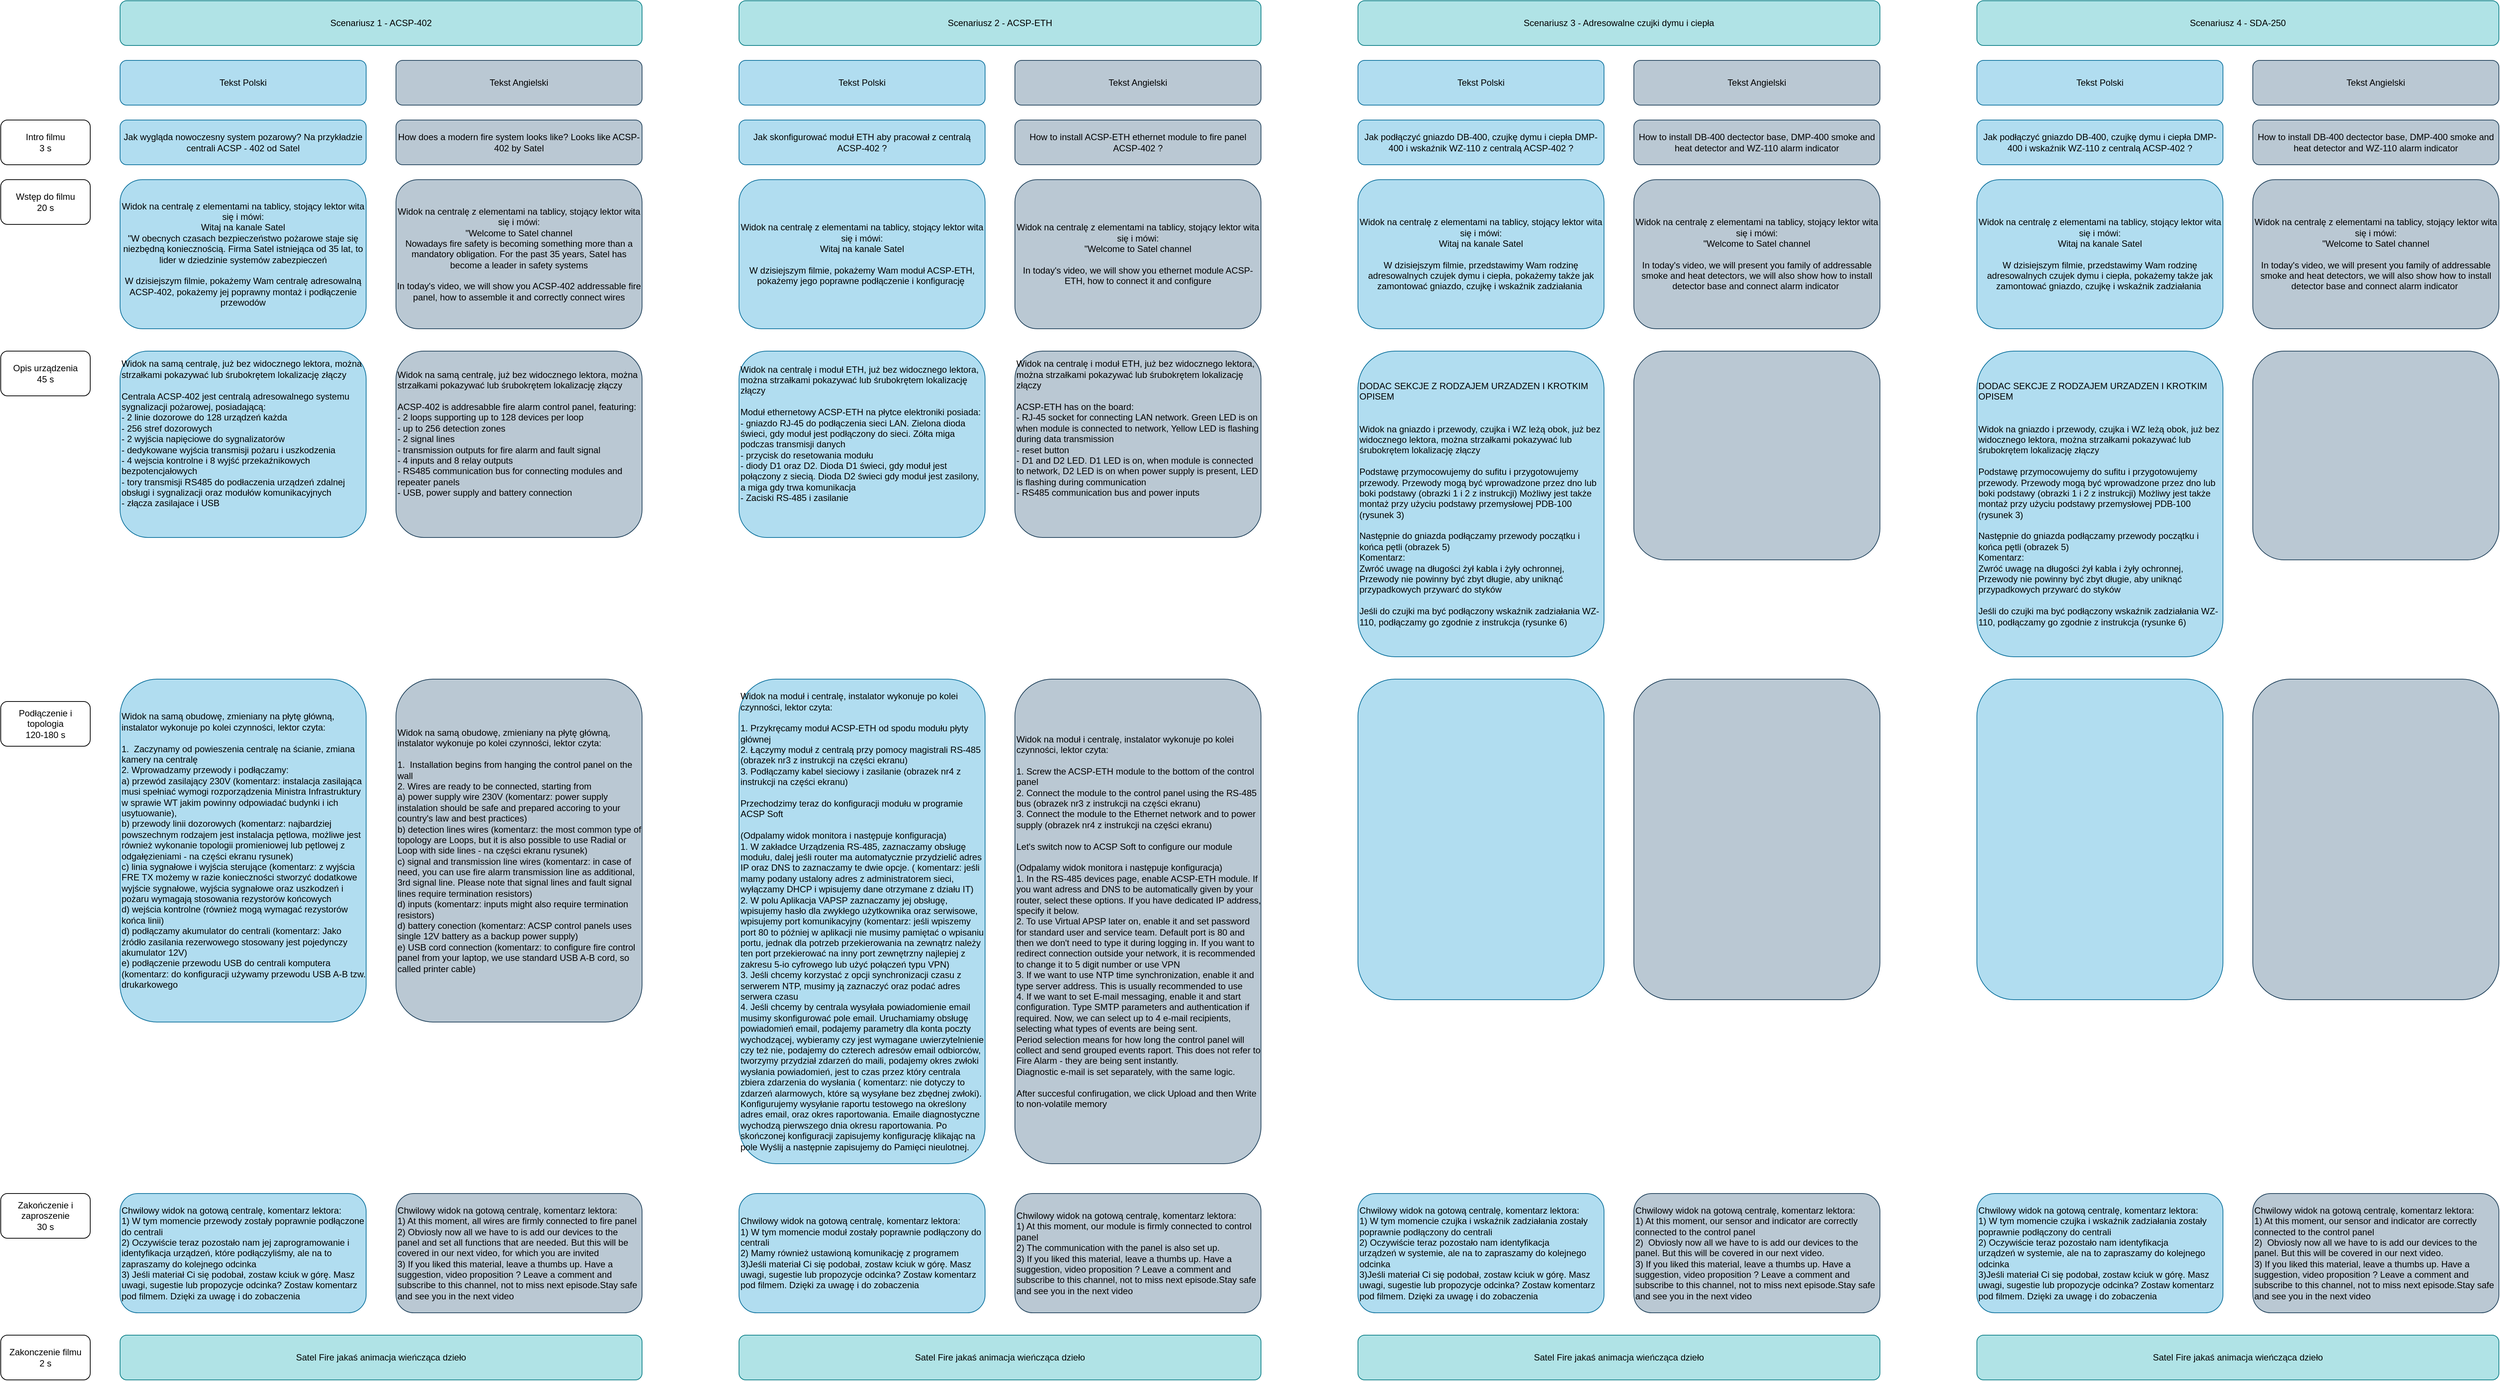
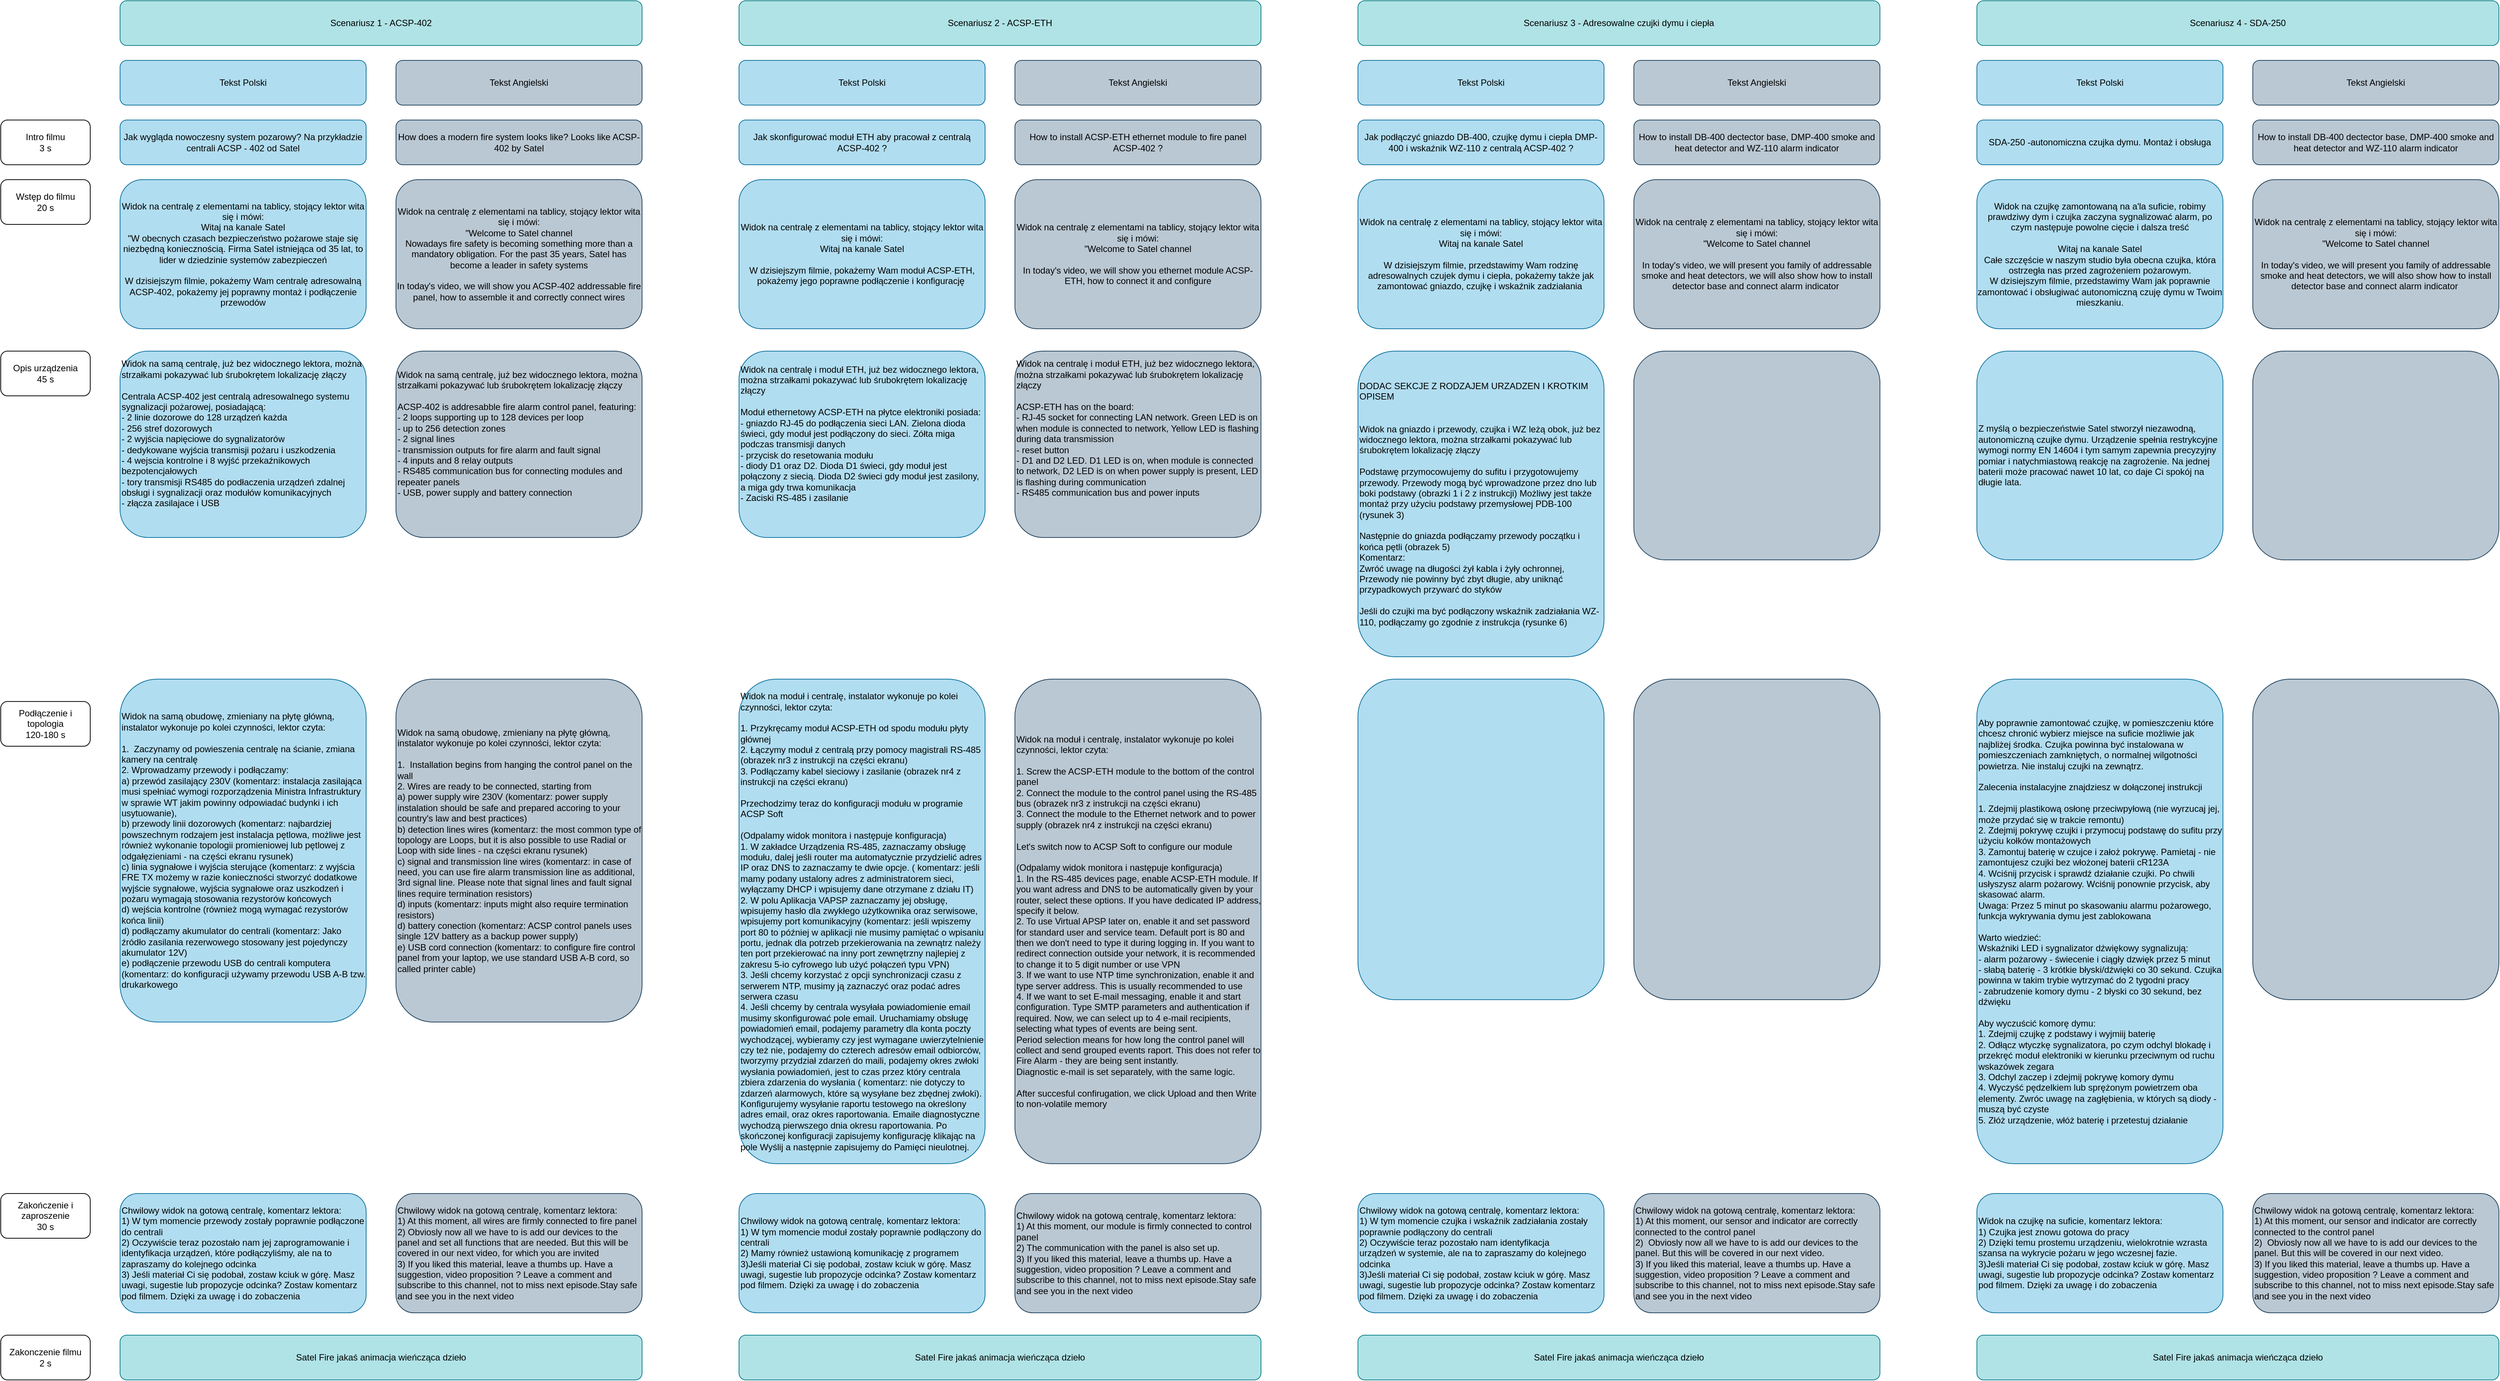
<mxfile host="app.diagrams.net">
  <diagram name="Strona-1" id="z8KAe0LmT8Zc7_pRFNcT">
-     <mxGraphModel dx="744" dy="2003" grid="1" gridSize="10" guides="1" tooltips="1" connect="1" arrows="1" fold="1" page="1" pageScale="1" pageWidth="827" pageHeight="1169" math="0" shadow="0">
+     <mxGraphModel dx="941" dy="2108" grid="1" gridSize="10" guides="1" tooltips="1" connect="1" arrows="1" fold="1" page="1" pageScale="1" pageWidth="827" pageHeight="1169" math="0" shadow="0">
      <root>
        <mxCell id="0" />
        <mxCell id="1" parent="0" />
        <mxCell id="0EHHFv7u1sgkDXgEne3z-1" parent="1" style="rounded=1;whiteSpace=wrap;html=1;align=left;fillColor=#b1ddf0;strokeColor=#10739e;" value="&lt;div align=&quot;left&quot;&gt;Widok na samą obudowę, zmieniany na płytę główną, instalator wykonuje po kolei czynności, lektor czyta:&lt;/div&gt;&lt;div align=&quot;left&quot;&gt;&lt;br&gt;&lt;/div&gt;&lt;div align=&quot;left&quot;&gt;1.&amp;nbsp; Zaczynamy od powieszenia centralę na ścianie, zmiana kamery na centralę&lt;/div&gt;&lt;div align=&quot;left&quot;&gt;2. Wprowadzamy przewody i podłączamy:&amp;nbsp;&lt;/div&gt;&lt;div align=&quot;left&quot;&gt;a) przewód zasilający 230V (komentarz: instalacja zasilająca musi spełniać wymogi rozporządzenia Ministra Infrastruktury w sprawie WT jakim powinny odpowiadać budynki i ich usytuowanie),&amp;nbsp;&lt;/div&gt;&lt;div align=&quot;left&quot;&gt;b) przewody linii dozorowych (komentarz: najbardziej powszechnym rodzajem jest instalacja pętlowa, możliwe jest również wykonanie topologii promieniowej lub pętlowej z odgałęzieniami - na części ekranu rysunek)&lt;/div&gt;&lt;div align=&quot;left&quot;&gt;c) linia sygnałowe i wyjścia sterujące (komentarz: z wyjścia FRE TX możemy w razie konieczności stworzyć dodatkowe wyjście sygnałowe, wyjścia sygnałowe oraz uszkodzeń i pożaru wymagają stosowania rezystorów końcowych&lt;/div&gt;&lt;div align=&quot;left&quot;&gt;d) wejścia kontrolne (również mogą wymagać rezystorów końca linii)&lt;/div&gt;&lt;div align=&quot;left&quot;&gt;d) podłączamy akumulator do centrali (komentarz:&amp;nbsp;Jako źródło zasilania rezerwowego stosowany jest pojedynczy akumulator 12V)&lt;/div&gt;&lt;div align=&quot;left&quot;&gt;e) podłączenie przewodu USB do centrali komputera (komentarz: do konfiguracji używamy przewodu USB A-B tzw. drukarkowego&lt;/div&gt;" vertex="1">
          <mxGeometry height="460" width="330" x="1080" y="790" as="geometry" />
        </mxCell>
        <mxCell id="0EHHFv7u1sgkDXgEne3z-2" parent="1" style="rounded=1;whiteSpace=wrap;html=1;fillColor=#b1ddf0;strokeColor=#10739e;" value="&lt;div&gt;Jak wygląda nowoczesny system pozarowy? Na przykładzie centrali ACSP - 402 od Satel&lt;/div&gt;" vertex="1">
          <mxGeometry height="60" width="330" x="1080" y="40" as="geometry" />
        </mxCell>
        <mxCell id="0EHHFv7u1sgkDXgEne3z-3" parent="1" style="rounded=1;whiteSpace=wrap;html=1;" value="&lt;div&gt;Wstęp do filmu&lt;/div&gt;&lt;div&gt;20 s&lt;/div&gt;" vertex="1">
          <mxGeometry height="60" width="120" x="920" y="120" as="geometry" />
        </mxCell>
        <mxCell id="0EHHFv7u1sgkDXgEne3z-4" parent="1" style="rounded=1;whiteSpace=wrap;html=1;fillColor=#b1ddf0;strokeColor=#10739e;" value="&lt;div&gt;Widok na centralę z elementami na tablicy, stojący lektor wita się i mówi:&lt;/div&gt;&lt;div&gt;Witaj na kanale Satel&lt;/div&gt;&lt;div&gt;&quot;W obecnych czasach bezpieczeństwo pożarowe staje się niezbędną koniecznością. Firma Satel istniejąca od 35 lat, to lider w dziedzinie systemów zabezpieczeń&lt;/div&gt;&lt;div&gt;&lt;br&gt;&lt;/div&gt;&lt;div&gt;W dzisiejszym filmie, pokażemy Wam centralę adresowalną ACSP-402, pokażemy jej poprawny montaż i podłączenie przewodów&lt;/div&gt;" vertex="1">
          <mxGeometry height="200" width="330" x="1080" y="120" as="geometry" />
        </mxCell>
        <mxCell id="0EHHFv7u1sgkDXgEne3z-5" parent="1" style="rounded=1;whiteSpace=wrap;html=1;" value="&lt;div&gt;Opis urządzenia&lt;/div&gt;&lt;div&gt;45 s&lt;/div&gt;" vertex="1">
          <mxGeometry height="60" width="120" x="920" y="350" as="geometry" />
        </mxCell>
        <mxCell id="0EHHFv7u1sgkDXgEne3z-6" parent="1" style="rounded=1;whiteSpace=wrap;html=1;align=left;fillColor=#b1ddf0;strokeColor=#10739e;" value="&lt;div align=&quot;left&quot;&gt;Widok na samą centralę, już bez widocznego lektora, można strzałkami pokazywać lub śrubokrętem lokalizację złączy&lt;/div&gt;&lt;div align=&quot;left&quot;&gt;&lt;br&gt;&lt;/div&gt;&lt;div align=&quot;left&quot;&gt;Centrala ACSP-402 jest centralą adresowalnego systemu sygnalizacji pożarowej, posiadającą:&lt;/div&gt;&lt;div align=&quot;left&quot;&gt;- 2 linie dozorowe do 128 urządzeń każda&lt;/div&gt;&lt;div align=&quot;left&quot;&gt;- 256 stref dozorowych&lt;/div&gt;&lt;div align=&quot;left&quot;&gt;- 2 wyjścia napięciowe do sygnalizatorów&lt;/div&gt;&lt;div align=&quot;left&quot;&gt;- dedykowane wyjścia transmisji pożaru i uszkodzenia&lt;/div&gt;&lt;div align=&quot;left&quot;&gt;- 4 wejscia kontrolne i 8 wyjść przekaźnikowych bezpotencjałowych&lt;/div&gt;&lt;div align=&quot;left&quot;&gt;- tory transmisji RS485 do podłaczenia urządzeń zdalnej obsługi i sygnalizacji oraz modułów komunikacyjnych&amp;nbsp;&lt;/div&gt;&lt;div align=&quot;left&quot;&gt;- złącza zasilajace i USB&lt;/div&gt;&lt;div align=&quot;left&quot;&gt;&lt;br&gt;&lt;/div&gt;&lt;div align=&quot;left&quot;&gt;&lt;br&gt;&lt;/div&gt;" vertex="1">
          <mxGeometry height="250" width="330" x="1080" y="350" as="geometry" />
        </mxCell>
        <mxCell id="0EHHFv7u1sgkDXgEne3z-7" parent="1" style="rounded=1;whiteSpace=wrap;html=1;" value="&lt;div&gt;Podłączenie i topologia&lt;/div&gt;&lt;div&gt;120-180 s&lt;/div&gt;" vertex="1">
          <mxGeometry height="60" width="120" x="920" y="820" as="geometry" />
        </mxCell>
        <mxCell id="0EHHFv7u1sgkDXgEne3z-8" parent="1" style="rounded=1;whiteSpace=wrap;html=1;" value="&lt;div&gt;Intro filmu&lt;/div&gt;&lt;div&gt;3 s&lt;/div&gt;" vertex="1">
          <mxGeometry height="60" width="120" x="920" y="40" as="geometry" />
        </mxCell>
        <mxCell id="0EHHFv7u1sgkDXgEne3z-9" parent="1" style="rounded=1;whiteSpace=wrap;html=1;fillColor=#b1ddf0;strokeColor=#10739e;" value="Tekst Polski" vertex="1">
          <mxGeometry height="60" width="330" x="1080" y="-40" as="geometry" />
        </mxCell>
        <mxCell id="0EHHFv7u1sgkDXgEne3z-10" parent="1" style="rounded=1;whiteSpace=wrap;html=1;fillColor=#bac8d3;strokeColor=#23445d;" value="Tekst Angielski" vertex="1">
          <mxGeometry height="60" width="330" x="1450" y="-40" as="geometry" />
        </mxCell>
        <mxCell id="0EHHFv7u1sgkDXgEne3z-11" parent="1" style="rounded=1;whiteSpace=wrap;html=1;fillColor=#b0e3e6;strokeColor=#0e8088;" value="Scenariusz 1 - ACSP-402" vertex="1">
          <mxGeometry height="60" width="700" x="1080" y="-120" as="geometry" />
        </mxCell>
        <mxCell id="0EHHFv7u1sgkDXgEne3z-12" parent="1" style="rounded=1;whiteSpace=wrap;html=1;" value="&lt;div&gt;Zakończenie i zaproszenie&lt;/div&gt;&lt;div&gt;30 s&lt;/div&gt;" vertex="1">
          <mxGeometry height="60" width="120" x="920" y="1480" as="geometry" />
        </mxCell>
        <mxCell id="0EHHFv7u1sgkDXgEne3z-13" parent="1" style="rounded=1;whiteSpace=wrap;html=1;align=left;fillColor=#b1ddf0;strokeColor=#10739e;" value="&lt;div&gt;Chwilowy widok na gotową centralę, komentarz lektora:&lt;/div&gt;&lt;div&gt;1) W tym momencie przewody zostały poprawnie podłączone do centrali&lt;/div&gt;&lt;div&gt;2) Oczywiście teraz pozostało nam jej zaprogramowanie i identyfikacja urządzeń, które podłączyliśmy, ale na to zapraszamy do kolejnego odcinka&lt;/div&gt;&lt;div&gt;3) Jeśli materiał Ci się podobał, zostaw kciuk w górę. Masz uwagi, sugestie lub propozycje odcinka? Zostaw komentarz pod filmem. Dzięki za uwagę i do zobaczenia&lt;/div&gt;" vertex="1">
          <mxGeometry height="160" width="330" x="1080" y="1480" as="geometry" />
        </mxCell>
        <mxCell id="0EHHFv7u1sgkDXgEne3z-14" parent="1" style="rounded=1;whiteSpace=wrap;html=1;fillColor=#b0e3e6;strokeColor=#0e8088;" value="Satel Fire jakaś animacja wieńcząca dzieło" vertex="1">
          <mxGeometry height="60" width="700" x="1080" y="1670" as="geometry" />
        </mxCell>
        <mxCell id="0EHHFv7u1sgkDXgEne3z-15" parent="1" style="rounded=1;whiteSpace=wrap;html=1;" value="&lt;div&gt;Zakonczenie filmu&lt;/div&gt;&lt;div&gt;2 s&lt;/div&gt;" vertex="1">
          <mxGeometry height="60" width="120" x="920" y="1670" as="geometry" />
        </mxCell>
        <mxCell id="0EHHFv7u1sgkDXgEne3z-16" parent="1" style="rounded=1;whiteSpace=wrap;html=1;align=left;fillColor=#bac8d3;strokeColor=#23445d;" value="&lt;div&gt;Chwilowy widok na gotową centralę, komentarz lektora:&lt;/div&gt;&lt;div&gt;1) At this moment, all wires are firmly connected to fire panel&lt;/div&gt;&lt;div&gt;2) Obviosly now all we have to is add our devices to the panel and set all functions that are needed. But this will be covered in our next video, for which you are invited&amp;nbsp;&lt;/div&gt;&lt;div&gt;3) If you liked this material, leave a thumbs up. Have a suggestion, video proposition ? Leave a comment and subscribe to this channel, not to miss next episode.Stay safe and see you in the next video&lt;/div&gt;" vertex="1">
          <mxGeometry height="160" width="330" x="1450" y="1480" as="geometry" />
        </mxCell>
        <mxCell id="0EHHFv7u1sgkDXgEne3z-17" parent="1" style="rounded=1;whiteSpace=wrap;html=1;fillColor=#bac8d3;strokeColor=#23445d;" value="How does a modern fire system looks like? Looks like ACSP-402 by Satel" vertex="1">
          <mxGeometry height="60" width="330" x="1450" y="40" as="geometry" />
        </mxCell>
        <mxCell id="0EHHFv7u1sgkDXgEne3z-18" parent="1" style="rounded=1;whiteSpace=wrap;html=1;fillColor=#bac8d3;strokeColor=#23445d;" value="&lt;div&gt;Widok na centralę z elementami na tablicy, stojący lektor wita się i mówi:&lt;/div&gt;&lt;div&gt;&quot;Welcome to Satel channel&lt;/div&gt;&lt;div&gt;Nowadays fire safety is becoming something more than a mandatory obligation. For the past 35 years, Satel has become a leader in safety systems&lt;/div&gt;&lt;div&gt;&lt;br&gt;&lt;/div&gt;&lt;div&gt;In today&#39;s video, we will show you ACSP-402 addressable fire panel, how to assemble it and correctly connect wires&lt;/div&gt;" vertex="1">
          <mxGeometry height="200" width="330" x="1450" y="120" as="geometry" />
        </mxCell>
        <mxCell id="0EHHFv7u1sgkDXgEne3z-19" parent="1" style="rounded=1;whiteSpace=wrap;html=1;align=left;fillColor=#bac8d3;strokeColor=#23445d;" value="&lt;div align=&quot;left&quot;&gt;Widok na samą centralę, już bez widocznego lektora, można strzałkami pokazywać lub śrubokrętem lokalizację złączy&lt;/div&gt;&lt;div align=&quot;left&quot;&gt;&lt;br&gt;&lt;/div&gt;&lt;div align=&quot;left&quot;&gt;ACSP-402&amp;nbsp;is addresabble fire alarm control panel, featuring:&lt;/div&gt;&lt;div align=&quot;left&quot;&gt;- 2 loops supporting up to 128 devices per loop&lt;/div&gt;&lt;div align=&quot;left&quot;&gt;- up to 256 detection zones&lt;/div&gt;&lt;div align=&quot;left&quot;&gt;- 2 signal lines&lt;/div&gt;&lt;div align=&quot;left&quot;&gt;- transmission outputs for fire alarm and fault signal&lt;/div&gt;&lt;div align=&quot;left&quot;&gt;- 4 inputs and 8 relay outputs&lt;/div&gt;&lt;div align=&quot;left&quot;&gt;- RS485 communication bus for connecting modules and repeater panels&amp;nbsp;&lt;/div&gt;&lt;div align=&quot;left&quot;&gt;- USB, power supply and battery connection&lt;/div&gt;&lt;div align=&quot;left&quot;&gt;&lt;br&gt;&lt;/div&gt;&lt;div align=&quot;left&quot;&gt;&lt;br&gt;&lt;/div&gt;" vertex="1">
          <mxGeometry height="250" width="330" x="1450" y="350" as="geometry" />
        </mxCell>
        <mxCell id="0EHHFv7u1sgkDXgEne3z-20" parent="1" style="rounded=1;whiteSpace=wrap;html=1;align=left;fillColor=#bac8d3;strokeColor=#23445d;" value="&lt;div align=&quot;left&quot;&gt;Widok na samą obudowę, zmieniany na płytę główną, instalator wykonuje po kolei czynności, lektor czyta:&lt;/div&gt;&lt;div align=&quot;left&quot;&gt;&lt;br&gt;&lt;/div&gt;&lt;div align=&quot;left&quot;&gt;1.&amp;nbsp; Installation begins from hanging the control panel on the wall&lt;/div&gt;&lt;div align=&quot;left&quot;&gt;2. Wires are ready to be connected, starting from&lt;/div&gt;&lt;div align=&quot;left&quot;&gt;a) power supply wire 230V (komentarz: power supply instalation should be safe and prepared accoring to your country&#39;s law and best practices)&lt;/div&gt;&lt;div align=&quot;left&quot;&gt;b) detection lines wires (komentarz: the most common type of topology are Loops, but it is also possible to use Radial or Loop with side lines - na części ekranu rysunek)&lt;/div&gt;&lt;div align=&quot;left&quot;&gt;c) signal and transmission line wires (komentarz: in case of need, you can use fire alarm transmission line as additional, 3rd signal line. Please note that signal lines and fault signal lines require termination resistors)&lt;/div&gt;&lt;div align=&quot;left&quot;&gt;d) inputs (komentarz: inputs might also require termination resistors)&lt;/div&gt;&lt;div align=&quot;left&quot;&gt;d) battery conection (komentarz: ACSP control panels uses single 12V battery as a backup power supply)&lt;/div&gt;&lt;div align=&quot;left&quot;&gt;e) USB cord connection (komentarz: to configure fire control panel from your laptop, we use standard USB A-B cord, so called printer cable)&lt;/div&gt;" vertex="1">
          <mxGeometry height="460" width="330" x="1450" y="790" as="geometry" />
        </mxCell>
        <mxCell id="6_1prXv-E_gUM5x_UOCS-1" parent="1" style="rounded=1;whiteSpace=wrap;html=1;align=left;fillColor=#b1ddf0;strokeColor=#10739e;" value="&lt;div align=&quot;left&quot;&gt;Widok na moduł i centralę, instalator wykonuje po kolei czynności, lektor czyta:&lt;/div&gt;&lt;div align=&quot;left&quot;&gt;&lt;br&gt;&lt;/div&gt;&lt;div align=&quot;left&quot;&gt;1. Przykręcamy moduł ACSP-ETH od spodu modułu płyty głównej&lt;/div&gt;&lt;div align=&quot;left&quot;&gt;2. Łączymy moduł z centralą przy pomocy magistrali RS-485 (obrazek nr3 z instrukcji na części ekranu)&lt;/div&gt;&lt;div align=&quot;left&quot;&gt;3. Podłączamy kabel sieciowy i zasilanie (obrazek nr4 z instrukcji na części ekranu)&amp;nbsp;&lt;/div&gt;&lt;div align=&quot;left&quot;&gt;&lt;br&gt;&lt;/div&gt;&lt;div align=&quot;left&quot;&gt;Przechodzimy teraz do konfiguracji modułu w programie ACSP Soft&lt;/div&gt;&lt;div align=&quot;left&quot;&gt;&lt;br&gt;&lt;/div&gt;&lt;div align=&quot;left&quot;&gt;(Odpalamy widok monitora i następuje konfiguracja)&lt;/div&gt;&lt;div align=&quot;left&quot;&gt;1. W zakładce Urządzenia RS-485, zaznaczamy obsługę modułu, dalej jeśli router ma automatycznie przydzielić adres IP oraz DNS to zaznaczamy te dwie opcje. ( komentarz: jeśli mamy podany ustalony adres z administratorem sieci, wyłączamy DHCP i wpisujemy dane otrzymane z działu IT)&lt;/div&gt;&lt;div align=&quot;left&quot;&gt;2. W polu Aplikacja VAPSP zaznaczamy jej obsługę, wpisujemy hasło dla zwykłego użytkownika oraz serwisowe, wpisujemy port komunikacyjny (komentarz: jeśli wpiszemy port 80 to później w aplikacji nie musimy pamiętać o wpisaniu portu, jednak dla potrzeb przekierowania na zewnątrz należy ten port przekierować na inny port zewnętrzny najlepiej z zakresu 5-io cyfrowego lub użyć połączeń typu VPN)&lt;/div&gt;&lt;div align=&quot;left&quot;&gt;3. Jeśli chcemy korzystać z opcji synchronizacji czasu z serwerem NTP, musimy ją zaznaczyć oraz podać adres serwera czasu&lt;/div&gt;&lt;div align=&quot;left&quot;&gt;4. Jeśli chcemy by centrala wysyłała powiadomienie email musimy skonfigurować pole email. Uruchamiamy obsługę powiadomień email, podajemy parametry dla konta poczty wychodzącej, wybieramy czy jest wymagane uwierzytelnienie czy też nie, podajemy do czterech adresów email odbiorców, tworzymy przydział zdarzeń do maili, podajemy okres zwłoki wysłania powiadomień, jest to czas przez który centrala zbiera zdarzenia do wysłania ( komentarz: nie dotyczy to zdarzeń alarmowych, które są wysyłane bez zbędnej zwłoki). Konfigurujemy wysyłanie raportu testowego na określony adres email, oraz okres raportowania. Emaile diagnostyczne wychodzą pierwszego dnia okresu raportowania. Po skończonej konfiguracji zapisujemy konfigurację klikając na pole Wyślij a następnie zapisujemy do Pamięci nieulotnej.&lt;/div&gt;" vertex="1">
          <mxGeometry height="650" width="330" x="1910" y="790" as="geometry" />
        </mxCell>
        <mxCell id="6_1prXv-E_gUM5x_UOCS-2" parent="1" style="rounded=1;whiteSpace=wrap;html=1;fillColor=#b1ddf0;strokeColor=#10739e;" value="Jak skonfigurować moduł ETH aby pracował z centralą ACSP-402 ?" vertex="1">
          <mxGeometry height="60" width="330" x="1910" y="40" as="geometry" />
        </mxCell>
        <mxCell id="6_1prXv-E_gUM5x_UOCS-3" parent="1" style="rounded=1;whiteSpace=wrap;html=1;fillColor=#b1ddf0;strokeColor=#10739e;" value="&lt;div&gt;Widok na centralę z elementami na tablicy, stojący lektor wita się i mówi:&lt;/div&gt;&lt;div&gt;Witaj na kanale Satel&lt;/div&gt;&lt;div&gt;&lt;br&gt;&lt;/div&gt;&lt;div&gt;W dzisiejszym filmie, pokażemy Wam moduł ACSP-ETH, pokażemy jego poprawne podłączenie i konfigurację&amp;nbsp;&lt;/div&gt;" vertex="1">
          <mxGeometry height="200" width="330" x="1910" y="120" as="geometry" />
        </mxCell>
        <mxCell id="6_1prXv-E_gUM5x_UOCS-4" parent="1" style="rounded=1;whiteSpace=wrap;html=1;align=left;fillColor=#b1ddf0;strokeColor=#10739e;" value="&lt;div align=&quot;left&quot;&gt;Widok na centralę i moduł ETH, już bez widocznego lektora, można strzałkami pokazywać lub śrubokrętem lokalizację złączy&lt;/div&gt;&lt;div align=&quot;left&quot;&gt;&lt;br&gt;&lt;/div&gt;&lt;div align=&quot;left&quot;&gt;Moduł ethernetowy ACSP-ETH na płytce elektroniki posiada:&lt;/div&gt;&lt;div align=&quot;left&quot;&gt;- gniazdo RJ-45 do podłączenia sieci LAN. Zielona dioda świeci, gdy moduł jest podłączony do sieci. Zółta miga podczas transmisji danych&lt;/div&gt;&lt;div align=&quot;left&quot;&gt;- przycisk do resetowania modułu&lt;/div&gt;&lt;div align=&quot;left&quot;&gt;- diody D1 oraz D2. Dioda D1 świeci, gdy moduł jest połączony z siecią. Dioda D2 świeci gdy moduł jest zasilony, a miga gdy trwa komunikacja&lt;/div&gt;&lt;div align=&quot;left&quot;&gt;- Zaciski RS-485 i zasilanie&lt;/div&gt;&lt;div align=&quot;left&quot;&gt;&lt;br&gt;&lt;/div&gt;&lt;div align=&quot;left&quot;&gt;&lt;br&gt;&lt;/div&gt;" vertex="1">
          <mxGeometry height="250" width="330" x="1910" y="350" as="geometry" />
        </mxCell>
        <mxCell id="6_1prXv-E_gUM5x_UOCS-5" parent="1" style="rounded=1;whiteSpace=wrap;html=1;fillColor=#b1ddf0;strokeColor=#10739e;" value="Tekst Polski" vertex="1">
          <mxGeometry height="60" width="330" x="1910" y="-40" as="geometry" />
        </mxCell>
        <mxCell id="6_1prXv-E_gUM5x_UOCS-6" parent="1" style="rounded=1;whiteSpace=wrap;html=1;fillColor=#bac8d3;strokeColor=#23445d;" value="Tekst Angielski" vertex="1">
          <mxGeometry height="60" width="330" x="2280" y="-40" as="geometry" />
        </mxCell>
        <mxCell id="6_1prXv-E_gUM5x_UOCS-7" parent="1" style="rounded=1;whiteSpace=wrap;html=1;fillColor=#b0e3e6;strokeColor=#0e8088;" value="Scenariusz 2 - ACSP-ETH" vertex="1">
          <mxGeometry height="60" width="700" x="1910" y="-120" as="geometry" />
        </mxCell>
        <mxCell id="6_1prXv-E_gUM5x_UOCS-8" parent="1" style="rounded=1;whiteSpace=wrap;html=1;align=left;fillColor=#b1ddf0;strokeColor=#10739e;" value="&lt;div&gt;Chwilowy widok na gotową centralę, komentarz lektora:&lt;/div&gt;&lt;div&gt;1) W tym momencie moduł zostały poprawnie podłączony do centrali&lt;/div&gt;&lt;div&gt;2) Mamy również ustawioną komunikację z programem&lt;/div&gt;&lt;div&gt;3)Jeśli materiał Ci się podobał, zostaw kciuk w górę. Masz uwagi, sugestie lub propozycje odcinka? Zostaw komentarz pod filmem. Dzięki za uwagę i do zobaczenia&lt;/div&gt;" vertex="1">
          <mxGeometry height="160" width="330" x="1910" y="1480" as="geometry" />
        </mxCell>
        <mxCell id="6_1prXv-E_gUM5x_UOCS-9" parent="1" style="rounded=1;whiteSpace=wrap;html=1;fillColor=#b0e3e6;strokeColor=#0e8088;" value="Satel Fire jakaś animacja wieńcząca dzieło" vertex="1">
          <mxGeometry height="60" width="700" x="1910" y="1670" as="geometry" />
        </mxCell>
        <mxCell id="6_1prXv-E_gUM5x_UOCS-10" parent="1" style="rounded=1;whiteSpace=wrap;html=1;align=left;fillColor=#bac8d3;strokeColor=#23445d;" value="&lt;div&gt;Chwilowy widok na gotową centralę, komentarz lektora:&lt;/div&gt;&lt;div&gt;1) At this moment, our module is firmly connected to control panel&lt;/div&gt;&lt;div&gt;2) The communication with the panel is also set up.&lt;/div&gt;&lt;div&gt;3) If you liked this material, leave a thumbs up. Have a suggestion, video proposition ? Leave a comment and subscribe to this channel, not to miss next episode.Stay safe and see you in the next video&lt;/div&gt;" vertex="1">
          <mxGeometry height="160" width="330" x="2280" y="1480" as="geometry" />
        </mxCell>
        <mxCell id="6_1prXv-E_gUM5x_UOCS-11" parent="1" style="rounded=1;whiteSpace=wrap;html=1;fillColor=#bac8d3;strokeColor=#23445d;" value="How to install ACSP-ETH ethernet module to fire panel ACSP-402 ?" vertex="1">
          <mxGeometry height="60" width="330" x="2280" y="40" as="geometry" />
        </mxCell>
        <mxCell id="6_1prXv-E_gUM5x_UOCS-12" parent="1" style="rounded=1;whiteSpace=wrap;html=1;fillColor=#bac8d3;strokeColor=#23445d;" value="&lt;div&gt;Widok na centralę z elementami na tablicy, stojący lektor wita się i mówi:&lt;/div&gt;&lt;div&gt;&quot;Welcome to Satel channel&lt;/div&gt;&lt;div&gt;&lt;br&gt;&lt;/div&gt;&lt;div&gt;In today&#39;s video, we will show you ethernet module ACSP-ETH, how to connect it and configure&lt;/div&gt;" vertex="1">
          <mxGeometry height="200" width="330" x="2280" y="120" as="geometry" />
        </mxCell>
        <mxCell id="6_1prXv-E_gUM5x_UOCS-13" parent="1" style="rounded=1;whiteSpace=wrap;html=1;align=left;fillColor=#bac8d3;strokeColor=#23445d;" value="&lt;div align=&quot;left&quot;&gt;Widok na centralę i moduł ETH, już bez widocznego lektora, można strzałkami pokazywać lub śrubokrętem lokalizację złączy&lt;/div&gt;&lt;div align=&quot;left&quot;&gt;&lt;br&gt;&lt;/div&gt;&lt;div align=&quot;left&quot;&gt;ACSP-ETH has on the board:&lt;/div&gt;&lt;div align=&quot;left&quot;&gt;- RJ-45 socket for connecting LAN network. Green LED is on when module is connected to network, Yellow LED is flashing during data transmission&lt;/div&gt;&lt;div align=&quot;left&quot;&gt;- reset button&lt;/div&gt;&lt;div align=&quot;left&quot;&gt;- D1 and D2 LED. D1 LED is on, when module is connected to network, D2 LED is on when power supply is present, LED is flashing during communication&lt;/div&gt;&lt;div align=&quot;left&quot;&gt;-&amp;nbsp;RS485 communication bus and power inputs&lt;/div&gt;&lt;div align=&quot;left&quot;&gt;&lt;br&gt;&lt;/div&gt;&lt;div align=&quot;left&quot;&gt;&lt;br&gt;&lt;br&gt;&lt;/div&gt;" vertex="1">
          <mxGeometry height="250" width="330" x="2280" y="350" as="geometry" />
        </mxCell>
        <mxCell id="6_1prXv-E_gUM5x_UOCS-14" parent="1" style="rounded=1;whiteSpace=wrap;html=1;align=left;fillColor=#bac8d3;strokeColor=#23445d;" value="&lt;br&gt;&lt;div align=&quot;left&quot;&gt;Widok na moduł i centralę, instalator wykonuje po kolei czynności, lektor czyta:&lt;/div&gt;&lt;div align=&quot;left&quot;&gt;&lt;br&gt;&lt;/div&gt;&lt;div align=&quot;left&quot;&gt;1. Screw the ACSP-ETH module to the bottom of the control panel&lt;/div&gt;&lt;div align=&quot;left&quot;&gt;2. Connect the module to the control panel using the RS-485 bus (obrazek nr3 z instrukcji na części ekranu)&lt;div align=&quot;left&quot;&gt;3. Connect the module to the Ethernet network and to power supply (obrazek nr4 z instrukcji na części ekranu)&amp;nbsp;&lt;/div&gt;&lt;/div&gt;&lt;div align=&quot;left&quot;&gt;&lt;br&gt;&lt;/div&gt;&lt;div align=&quot;left&quot;&gt;Let&#39;s switch now to ACSP Soft to configure our module&lt;/div&gt;&lt;div align=&quot;left&quot;&gt;&lt;br&gt;&lt;/div&gt;&lt;div align=&quot;left&quot;&gt;(Odpalamy widok monitora i następuje konfiguracja)&lt;/div&gt;&lt;div align=&quot;left&quot;&gt;1. In the RS-485 devices page, enable ACSP-ETH module. If you want adress and DNS to be automatically given by your router, select these options. If you have dedicated IP address, specify it below.&lt;/div&gt;&lt;div align=&quot;left&quot;&gt;2. To use Virtual APSP later on, enable it and set password for standard user and service team. Default port is 80 and then we don&#39;t need to type it during logging in. If you want to redirect connection outside your network, it is recommended to change it to 5 digit number or use VPN&lt;/div&gt;&lt;div align=&quot;left&quot;&gt;3. If we want to use NTP time synchronization, enable it and type server address. This is usually recommended to use&lt;/div&gt;&lt;div align=&quot;left&quot;&gt;4. If we want to set E-mail messaging, enable it and start configuration. Type SMTP parameters and authentication if required. Now, we can select up to 4 e-mail recipients, selecting what types of events are being sent.&lt;/div&gt;&lt;div align=&quot;left&quot;&gt;Period selection means for how long the control panel will collect and send grouped events raport. This does not refer to Fire Alarm - they are being sent instantly.&lt;/div&gt;&lt;div align=&quot;left&quot;&gt;Diagnostic e-mail is set separately, with the same logic.&lt;/div&gt;&lt;div align=&quot;left&quot;&gt;&lt;br&gt;&lt;/div&gt;&lt;div align=&quot;left&quot;&gt;After succesful confirugation, we click Upload and then Write to non-volatile memory&lt;/div&gt;&lt;div&gt;&lt;br&gt;&lt;/div&gt;" vertex="1">
          <mxGeometry height="650" width="330" x="2280" y="790" as="geometry" />
        </mxCell>
        <mxCell id="0qluF64Sdjj_I7BYTujH-1" parent="1" style="rounded=1;whiteSpace=wrap;html=1;align=left;fillColor=#b1ddf0;strokeColor=#10739e;" value="" vertex="1">
          <mxGeometry height="430" width="330" x="2740" y="790" as="geometry" />
        </mxCell>
        <mxCell id="0qluF64Sdjj_I7BYTujH-2" parent="1" style="rounded=1;whiteSpace=wrap;html=1;fillColor=#b1ddf0;strokeColor=#10739e;" value="Jak podłączyć gniazdo DB-400, czujkę dymu i ciepła DMP-400 i wskaźnik WZ-110 z centralą ACSP-402 ?" vertex="1">
          <mxGeometry height="60" width="330" x="2740" y="40" as="geometry" />
        </mxCell>
        <mxCell id="0qluF64Sdjj_I7BYTujH-3" parent="1" style="rounded=1;whiteSpace=wrap;html=1;fillColor=#b1ddf0;strokeColor=#10739e;" value="&lt;div&gt;Widok na centralę z elementami na tablicy, stojący lektor wita się i mówi:&lt;/div&gt;&lt;div&gt;Witaj na kanale Satel&lt;/div&gt;&lt;div&gt;&lt;br&gt;&lt;/div&gt;&lt;div&gt;W dzisiejszym filmie, przedstawimy Wam rodzinę adresowalnych czujek dymu i ciepła, pokażemy także jak zamontować gniazdo, czujkę i wskaźnik zadziałania&amp;nbsp;&lt;/div&gt;" vertex="1">
          <mxGeometry height="200" width="330" x="2740" y="120" as="geometry" />
        </mxCell>
        <mxCell id="0qluF64Sdjj_I7BYTujH-4" parent="1" style="rounded=1;whiteSpace=wrap;html=1;align=left;fillColor=#b1ddf0;strokeColor=#10739e;" value="&lt;div align=&quot;left&quot;&gt;&lt;br&gt;&lt;/div&gt;&lt;div align=&quot;left&quot;&gt;DODAC SEKCJE Z RODZAJEM URZADZEN I KROTKIM OPISEM&lt;/div&gt;&lt;div align=&quot;left&quot;&gt;&lt;br&gt;&lt;/div&gt;&lt;div align=&quot;left&quot;&gt;&lt;br&gt;&lt;/div&gt;&lt;div align=&quot;left&quot;&gt;Widok na gniazdo i przewody, czujka i WZ leżą obok, już bez widocznego lektora, można strzałkami pokazywać lub śrubokrętem lokalizację złączy&lt;/div&gt;&lt;div align=&quot;left&quot;&gt;&lt;br&gt;&lt;/div&gt;&lt;div align=&quot;left&quot;&gt;Podstawę przymocowujemy do sufitu i przygotowujemy przewody. Przewody mogą być wprowadzone przez dno lub boki podstawy&amp;nbsp;(obrazki 1 i 2 z instrukcji) Możliwy jest&amp;nbsp;także montaż przy użyciu podstawy przemysłowej PDB-100 (rysunek 3)&lt;/div&gt;&lt;div align=&quot;left&quot;&gt;&lt;br&gt;&lt;/div&gt;&lt;div align=&quot;left&quot;&gt;Następnie do gniazda podłączamy przewody początku i końca pętli (obrazek 5)&amp;nbsp;&amp;nbsp;&lt;/div&gt;&lt;div align=&quot;left&quot;&gt;Komentarz:&lt;/div&gt;&lt;div align=&quot;left&quot;&gt;Zwróć uwagę na długości żył kabla i żyły ochronnej, Przewody nie powinny być zbyt długie, aby uniknąć przypadkowych przywarć do styków&amp;nbsp;&lt;/div&gt;&lt;div align=&quot;left&quot;&gt;&lt;br&gt;&lt;/div&gt;&lt;div align=&quot;left&quot;&gt;Jeśli do czujki ma być podłączony wskaźnik zadziałania WZ-110, podłączamy go zgodnie z instrukcja (rysunke 6)&lt;/div&gt;&lt;div align=&quot;left&quot;&gt;&lt;br&gt;&lt;/div&gt;" vertex="1">
          <mxGeometry height="410" width="330" x="2740" y="350" as="geometry" />
        </mxCell>
        <mxCell id="0qluF64Sdjj_I7BYTujH-5" parent="1" style="rounded=1;whiteSpace=wrap;html=1;fillColor=#b1ddf0;strokeColor=#10739e;" value="Tekst Polski" vertex="1">
          <mxGeometry height="60" width="330" x="2740" y="-40" as="geometry" />
        </mxCell>
        <mxCell id="0qluF64Sdjj_I7BYTujH-6" parent="1" style="rounded=1;whiteSpace=wrap;html=1;fillColor=#bac8d3;strokeColor=#23445d;" value="Tekst Angielski" vertex="1">
          <mxGeometry height="60" width="330" x="3110" y="-40" as="geometry" />
        </mxCell>
        <mxCell id="0qluF64Sdjj_I7BYTujH-7" parent="1" style="rounded=1;whiteSpace=wrap;html=1;fillColor=#b0e3e6;strokeColor=#0e8088;" value="Scenariusz 3 - Adresowalne czujki dymu i ciepła" vertex="1">
          <mxGeometry height="60" width="700" x="2740" y="-120" as="geometry" />
        </mxCell>
        <mxCell id="0qluF64Sdjj_I7BYTujH-8" parent="1" style="rounded=1;whiteSpace=wrap;html=1;align=left;fillColor=#b1ddf0;strokeColor=#10739e;" value="&lt;div&gt;Chwilowy widok na gotową centralę, komentarz lektora:&lt;/div&gt;&lt;div&gt;1) W tym momencie czujka i wskaźnik zadziałania zostały poprawnie podłączony do centrali&lt;/div&gt;&lt;div&gt;2)&amp;nbsp;Oczywiście teraz pozostało nam identyfikacja &lt;br/&gt;urządzeń w systemie, ale na to zapraszamy do kolejnego odcinka&lt;/div&gt;&lt;div&gt;3)Jeśli materiał Ci się podobał, zostaw kciuk w górę. Masz uwagi, sugestie lub propozycje odcinka? Zostaw komentarz pod filmem. Dzięki za uwagę i do zobaczenia&lt;/div&gt;" vertex="1">
          <mxGeometry height="160" width="330" x="2740" y="1480" as="geometry" />
        </mxCell>
        <mxCell id="0qluF64Sdjj_I7BYTujH-9" parent="1" style="rounded=1;whiteSpace=wrap;html=1;fillColor=#b0e3e6;strokeColor=#0e8088;" value="Satel Fire jakaś animacja wieńcząca dzieło" vertex="1">
          <mxGeometry height="60" width="700" x="2740" y="1670" as="geometry" />
        </mxCell>
        <mxCell id="0qluF64Sdjj_I7BYTujH-10" parent="1" style="rounded=1;whiteSpace=wrap;html=1;align=left;fillColor=#bac8d3;strokeColor=#23445d;" value="&lt;div&gt;Chwilowy widok na gotową centralę, komentarz lektora:&lt;/div&gt;&lt;div&gt;1) At this moment, our sensor and indicator are correctly connected to the control panel&lt;/div&gt;&lt;div&gt;2)&amp;nbsp; Obviosly now all we have to is add our devices to the panel. But this will be covered in our next video.&lt;/div&gt;&lt;div&gt;3) If you liked this material, leave a thumbs up. Have a suggestion, video proposition ? Leave a comment and subscribe to this channel, not to miss next episode.Stay safe and see you in the next video&lt;/div&gt;" vertex="1">
          <mxGeometry height="160" width="330" x="3110" y="1480" as="geometry" />
        </mxCell>
        <mxCell id="0qluF64Sdjj_I7BYTujH-11" parent="1" style="rounded=1;whiteSpace=wrap;html=1;fillColor=#bac8d3;strokeColor=#23445d;" value="How to install DB-400 dectector base, DMP-400 smoke and heat detector and WZ-110 alarm indicator" vertex="1">
          <mxGeometry height="60" width="330" x="3110" y="40" as="geometry" />
        </mxCell>
        <mxCell id="0qluF64Sdjj_I7BYTujH-12" parent="1" style="rounded=1;whiteSpace=wrap;html=1;fillColor=#bac8d3;strokeColor=#23445d;" value="&lt;div&gt;Widok na centralę z elementami na tablicy, stojący lektor wita się i mówi:&lt;/div&gt;&lt;div&gt;&quot;Welcome to Satel channel&lt;/div&gt;&lt;div&gt;&lt;br&gt;&lt;/div&gt;&lt;div&gt;In today&#39;s video, we will present you family of addressable smoke and heat detectors, we will also show how to install detector base and connect alarm indicator&amp;nbsp;&lt;/div&gt;" vertex="1">
          <mxGeometry height="200" width="330" x="3110" y="120" as="geometry" />
        </mxCell>
        <mxCell id="0qluF64Sdjj_I7BYTujH-13" parent="1" style="rounded=1;whiteSpace=wrap;html=1;align=left;fillColor=#bac8d3;strokeColor=#23445d;" value="&lt;br&gt;&lt;div align=&quot;left&quot;&gt;&lt;br&gt;&lt;/div&gt;&lt;div align=&quot;left&quot;&gt;&lt;br&gt;&lt;br&gt;&lt;/div&gt;" vertex="1">
          <mxGeometry height="280" width="330" x="3110" y="350" as="geometry" />
        </mxCell>
        <mxCell id="0qluF64Sdjj_I7BYTujH-14" parent="1" style="rounded=1;whiteSpace=wrap;html=1;align=left;fillColor=#bac8d3;strokeColor=#23445d;" value="" vertex="1">
          <mxGeometry height="430" width="330" x="3110" y="790" as="geometry" />
        </mxCell>
-         <mxCell id="0qluF64Sdjj_I7BYTujH-15" parent="1" style="rounded=1;whiteSpace=wrap;html=1;align=left;fillColor=#b1ddf0;strokeColor=#10739e;" value="" vertex="1">
-           <mxGeometry height="430" width="330" x="3570" y="790" as="geometry" />
+         <mxCell id="0qluF64Sdjj_I7BYTujH-15" parent="1" style="rounded=1;whiteSpace=wrap;html=1;align=left;fillColor=#b1ddf0;strokeColor=#10739e;" value="&lt;div&gt;Aby poprawnie zamontować czujkę, w pomieszczeniu które chcesz chronić wybierz miejsce na suficie możliwie jak najbliżej środka. Czujka powinna być instalowana w pomieszczeniach zamkniętych, o normalnej wilgotności powietrza. Nie instaluj czujki na zewnątrz.&lt;/div&gt;&lt;div&gt;&lt;br&gt;&lt;/div&gt;&lt;div&gt;Zalecenia instalacyjne znajdziesz w dołączonej instrukcji&lt;/div&gt;&lt;div&gt;&lt;br&gt;&lt;/div&gt;&lt;div&gt;1. Zdejmij plastikową osłonę przeciwpyłową (nie wyrzucaj jej, może przydać się w trakcie remontu)&lt;/div&gt;&lt;div&gt;2. Zdejmij pokrywę czujki i przymocuj podstawę do sufitu przy użyciu kołków montażowych&amp;nbsp;&lt;/div&gt;&lt;div&gt;3. Zamontuj baterię w czujce i założ pokrywę. Pamietaj - nie zamontujesz czujki bez włożonej baterii cR123A&lt;/div&gt;&lt;div&gt;4. Wciśnij przycisk i sprawdź działanie czujki. Po chwili usłyszysz alarm pożarowy. Wciśnij ponownie przycisk, aby skasować alarm.&lt;/div&gt;&lt;div&gt;Uwaga: Przez 5 minut po skasowaniu alarmu pożarowego, funkcja wykrywania dymu jest zablokowana&lt;/div&gt;&lt;div&gt;&lt;br&gt;&lt;/div&gt;&lt;div&gt;Warto wiedzieć:&lt;/div&gt;&lt;div&gt;Wskaźniki LED i sygnalizator dźwiękowy sygnalizują:&lt;/div&gt;&lt;div&gt;- alarm pożarowy - świecenie i ciągły dzwięk przez 5 minut&lt;/div&gt;&lt;div&gt;- słabą baterię - 3 krótkie błyski/dźwięki co 30 sekund. Czujka powinna w takim trybie wytrzymać do 2 tygodni pracy&lt;/div&gt;&lt;div&gt;- zabrudzenie komory dymu - 2 błyski co 30 sekund, bez dźwięku&lt;/div&gt;&lt;div&gt;&lt;br&gt;&lt;/div&gt;&lt;div&gt;Aby wyczuścić komorę dymu:&lt;/div&gt;&lt;div&gt;1. Zdejmij czujkę z podstawy i wyjmiij baterię&lt;/div&gt;&lt;div&gt;2. Odłącz wtyczkę sygnalizatora, po czym odchyl blokadę i przekręć moduł elektroniki w kierunku przeciwnym od ruchu wskazówek zegara&lt;/div&gt;&lt;div&gt;3. Odchyl zaczep i zdejmij pokrywę komory dymu&lt;/div&gt;&lt;div&gt;4. Wyczyść pędzelkiem lub sprężonym powietrzem oba elementy. Zwróc uwagę na zagłębienia, w których są diody - muszą być czyste&lt;/div&gt;&lt;div&gt;5. Złóż urządzenie, włóż baterię i przetestuj działanie&lt;/div&gt;" vertex="1">
+           <mxGeometry height="650" width="330" x="3570" y="790" as="geometry" />
        </mxCell>
-         <mxCell id="0qluF64Sdjj_I7BYTujH-16" parent="1" style="rounded=1;whiteSpace=wrap;html=1;fillColor=#b1ddf0;strokeColor=#10739e;" value="Jak podłączyć gniazdo DB-400, czujkę dymu i ciepła DMP-400 i wskaźnik WZ-110 z centralą ACSP-402 ?" vertex="1">
+         <mxCell id="0qluF64Sdjj_I7BYTujH-16" parent="1" style="rounded=1;whiteSpace=wrap;html=1;fillColor=#b1ddf0;strokeColor=#10739e;" value="SDA-250 -autonomiczna czujka dymu. Montaż i obsługa" vertex="1">
          <mxGeometry height="60" width="330" x="3570" y="40" as="geometry" />
        </mxCell>
-         <mxCell id="0qluF64Sdjj_I7BYTujH-17" parent="1" style="rounded=1;whiteSpace=wrap;html=1;fillColor=#b1ddf0;strokeColor=#10739e;" value="&lt;div&gt;Widok na centralę z elementami na tablicy, stojący lektor wita się i mówi:&lt;/div&gt;&lt;div&gt;Witaj na kanale Satel&lt;/div&gt;&lt;div&gt;&lt;br&gt;&lt;/div&gt;&lt;div&gt;W dzisiejszym filmie, przedstawimy Wam rodzinę adresowalnych czujek dymu i ciepła, pokażemy także jak zamontować gniazdo, czujkę i wskaźnik zadziałania&amp;nbsp;&lt;/div&gt;" vertex="1">
+         <mxCell id="0qluF64Sdjj_I7BYTujH-17" parent="1" style="rounded=1;whiteSpace=wrap;html=1;fillColor=#b1ddf0;strokeColor=#10739e;" value="&lt;div&gt;Widok na czujkę zamontowaną na a&#39;la suficie, robimy prawdziwy dym i czujka zaczyna sygnalizować alarm, po czym następuje powolne cięcie i dalsza treść&lt;/div&gt;&lt;div&gt;&lt;br&gt;&lt;/div&gt;&lt;div&gt;Witaj na kanale Satel&lt;/div&gt;&lt;div&gt;Całe szczęście w naszym studio była obecna czujka, która ostrzegła nas przed zagrożeniem pożarowym.&lt;/div&gt;&lt;div&gt;W dzisiejszym filmie, przedstawimy Wam jak poprawnie zamontować i obsługiwać autonomiczną czuję dymu w Twoim mieszkaniu.&lt;/div&gt;" vertex="1">
          <mxGeometry height="200" width="330" x="3570" y="120" as="geometry" />
        </mxCell>
-         <mxCell id="0qluF64Sdjj_I7BYTujH-18" parent="1" style="rounded=1;whiteSpace=wrap;html=1;align=left;fillColor=#b1ddf0;strokeColor=#10739e;" value="&lt;div align=&quot;left&quot;&gt;&lt;br&gt;&lt;/div&gt;&lt;div align=&quot;left&quot;&gt;DODAC SEKCJE Z RODZAJEM URZADZEN I KROTKIM OPISEM&lt;/div&gt;&lt;div align=&quot;left&quot;&gt;&lt;br&gt;&lt;/div&gt;&lt;div align=&quot;left&quot;&gt;&lt;br&gt;&lt;/div&gt;&lt;div align=&quot;left&quot;&gt;Widok na gniazdo i przewody, czujka i WZ leżą obok, już bez widocznego lektora, można strzałkami pokazywać lub śrubokrętem lokalizację złączy&lt;/div&gt;&lt;div align=&quot;left&quot;&gt;&lt;br&gt;&lt;/div&gt;&lt;div align=&quot;left&quot;&gt;Podstawę przymocowujemy do sufitu i przygotowujemy przewody. Przewody mogą być wprowadzone przez dno lub boki podstawy&amp;nbsp;(obrazki 1 i 2 z instrukcji) Możliwy jest&amp;nbsp;także montaż przy użyciu podstawy przemysłowej PDB-100 (rysunek 3)&lt;/div&gt;&lt;div align=&quot;left&quot;&gt;&lt;br&gt;&lt;/div&gt;&lt;div align=&quot;left&quot;&gt;Następnie do gniazda podłączamy przewody początku i końca pętli (obrazek 5)&amp;nbsp;&amp;nbsp;&lt;/div&gt;&lt;div align=&quot;left&quot;&gt;Komentarz:&lt;/div&gt;&lt;div align=&quot;left&quot;&gt;Zwróć uwagę na długości żył kabla i żyły ochronnej, Przewody nie powinny być zbyt długie, aby uniknąć przypadkowych przywarć do styków&amp;nbsp;&lt;/div&gt;&lt;div align=&quot;left&quot;&gt;&lt;br&gt;&lt;/div&gt;&lt;div align=&quot;left&quot;&gt;Jeśli do czujki ma być podłączony wskaźnik zadziałania WZ-110, podłączamy go zgodnie z instrukcja (rysunke 6)&lt;/div&gt;&lt;div align=&quot;left&quot;&gt;&lt;br&gt;&lt;/div&gt;" vertex="1">
-           <mxGeometry height="410" width="330" x="3570" y="350" as="geometry" />
+         <mxCell id="0qluF64Sdjj_I7BYTujH-18" parent="1" style="rounded=1;whiteSpace=wrap;html=1;align=left;fillColor=#b1ddf0;strokeColor=#10739e;" value="Z myślą o bezpieczeństwie Satel stworzył niezawodną, autonomiczną czujke dymu. Urządzenie spełnia restrykcyjne wymogi normy EN 14604 i tym samym zapewnia precyzyjny pomiar i natychmiastową reakcję na zagrożenie. Na jednej baterii może pracować nawet 10 lat, co daje Ci spokój na długie lata." vertex="1">
+           <mxGeometry height="280" width="330" x="3570" y="350" as="geometry" />
        </mxCell>
        <mxCell id="0qluF64Sdjj_I7BYTujH-19" parent="1" style="rounded=1;whiteSpace=wrap;html=1;fillColor=#b1ddf0;strokeColor=#10739e;" value="Tekst Polski" vertex="1">
          <mxGeometry height="60" width="330" x="3570" y="-40" as="geometry" />
        </mxCell>
        <mxCell id="0qluF64Sdjj_I7BYTujH-20" parent="1" style="rounded=1;whiteSpace=wrap;html=1;fillColor=#bac8d3;strokeColor=#23445d;" value="Tekst Angielski" vertex="1">
          <mxGeometry height="60" width="330" x="3940" y="-40" as="geometry" />
        </mxCell>
        <mxCell id="0qluF64Sdjj_I7BYTujH-21" parent="1" style="rounded=1;whiteSpace=wrap;html=1;fillColor=#b0e3e6;strokeColor=#0e8088;" value="Scenariusz 4 - SDA-250" vertex="1">
          <mxGeometry height="60" width="700" x="3570" y="-120" as="geometry" />
        </mxCell>
-         <mxCell id="0qluF64Sdjj_I7BYTujH-22" parent="1" style="rounded=1;whiteSpace=wrap;html=1;align=left;fillColor=#b1ddf0;strokeColor=#10739e;" value="&lt;div&gt;Chwilowy widok na gotową centralę, komentarz lektora:&lt;/div&gt;&lt;div&gt;1) W tym momencie czujka i wskaźnik zadziałania zostały poprawnie podłączony do centrali&lt;/div&gt;&lt;div&gt;2)&amp;nbsp;Oczywiście teraz pozostało nam identyfikacja &lt;br/&gt;urządzeń w systemie, ale na to zapraszamy do kolejnego odcinka&lt;/div&gt;&lt;div&gt;3)Jeśli materiał Ci się podobał, zostaw kciuk w górę. Masz uwagi, sugestie lub propozycje odcinka? Zostaw komentarz pod filmem. Dzięki za uwagę i do zobaczenia&lt;/div&gt;" vertex="1">
+         <mxCell id="0qluF64Sdjj_I7BYTujH-22" parent="1" style="rounded=1;whiteSpace=wrap;html=1;align=left;fillColor=#b1ddf0;strokeColor=#10739e;" value="&lt;div&gt;Widok na czujkę na suficie, komentarz lektora:&lt;/div&gt;&lt;div&gt;1) Czujka jest znowu gotowa do pracy&amp;nbsp;&lt;/div&gt;&lt;div&gt;2) Dzięki temu prostemu urządzeniu, wielokrotnie wzrasta szansa na wykrycie pożaru w jego wczesnej fazie.&amp;nbsp;&lt;/div&gt;&lt;div&gt;3)Jeśli materiał Ci się podobał, zostaw kciuk w górę. Masz uwagi, sugestie lub propozycje odcinka? Zostaw komentarz pod filmem. Dzięki za uwagę i do zobaczenia&lt;/div&gt;" vertex="1">
          <mxGeometry height="160" width="330" x="3570" y="1480" as="geometry" />
        </mxCell>
        <mxCell id="0qluF64Sdjj_I7BYTujH-23" parent="1" style="rounded=1;whiteSpace=wrap;html=1;fillColor=#b0e3e6;strokeColor=#0e8088;" value="Satel Fire jakaś animacja wieńcząca dzieło" vertex="1">
          <mxGeometry height="60" width="700" x="3570" y="1670" as="geometry" />
        </mxCell>
        <mxCell id="0qluF64Sdjj_I7BYTujH-24" parent="1" style="rounded=1;whiteSpace=wrap;html=1;align=left;fillColor=#bac8d3;strokeColor=#23445d;" value="&lt;div&gt;Chwilowy widok na gotową centralę, komentarz lektora:&lt;/div&gt;&lt;div&gt;1) At this moment, our sensor and indicator are correctly connected to the control panel&lt;/div&gt;&lt;div&gt;2)&amp;nbsp; Obviosly now all we have to is add our devices to the panel. But this will be covered in our next video.&lt;/div&gt;&lt;div&gt;3) If you liked this material, leave a thumbs up. Have a suggestion, video proposition ? Leave a comment and subscribe to this channel, not to miss next episode.Stay safe and see you in the next video&lt;/div&gt;" vertex="1">
          <mxGeometry height="160" width="330" x="3940" y="1480" as="geometry" />
        </mxCell>
        <mxCell id="0qluF64Sdjj_I7BYTujH-25" parent="1" style="rounded=1;whiteSpace=wrap;html=1;fillColor=#bac8d3;strokeColor=#23445d;" value="How to install DB-400 dectector base, DMP-400 smoke and heat detector and WZ-110 alarm indicator" vertex="1">
          <mxGeometry height="60" width="330" x="3940" y="40" as="geometry" />
        </mxCell>
        <mxCell id="0qluF64Sdjj_I7BYTujH-26" parent="1" style="rounded=1;whiteSpace=wrap;html=1;fillColor=#bac8d3;strokeColor=#23445d;" value="&lt;div&gt;Widok na centralę z elementami na tablicy, stojący lektor wita się i mówi:&lt;/div&gt;&lt;div&gt;&quot;Welcome to Satel channel&lt;/div&gt;&lt;div&gt;&lt;br&gt;&lt;/div&gt;&lt;div&gt;In today&#39;s video, we will present you family of addressable smoke and heat detectors, we will also show how to install detector base and connect alarm indicator&amp;nbsp;&lt;/div&gt;" vertex="1">
          <mxGeometry height="200" width="330" x="3940" y="120" as="geometry" />
        </mxCell>
        <mxCell id="0qluF64Sdjj_I7BYTujH-27" parent="1" style="rounded=1;whiteSpace=wrap;html=1;align=left;fillColor=#bac8d3;strokeColor=#23445d;" value="&lt;br&gt;&lt;div align=&quot;left&quot;&gt;&lt;br&gt;&lt;/div&gt;&lt;div align=&quot;left&quot;&gt;&lt;br&gt;&lt;br&gt;&lt;/div&gt;" vertex="1">
          <mxGeometry height="280" width="330" x="3940" y="350" as="geometry" />
        </mxCell>
        <mxCell id="0qluF64Sdjj_I7BYTujH-28" parent="1" style="rounded=1;whiteSpace=wrap;html=1;align=left;fillColor=#bac8d3;strokeColor=#23445d;" value="" vertex="1">
          <mxGeometry height="430" width="330" x="3940" y="790" as="geometry" />
        </mxCell>
      </root>
    </mxGraphModel>
  </diagram>
</mxfile>
